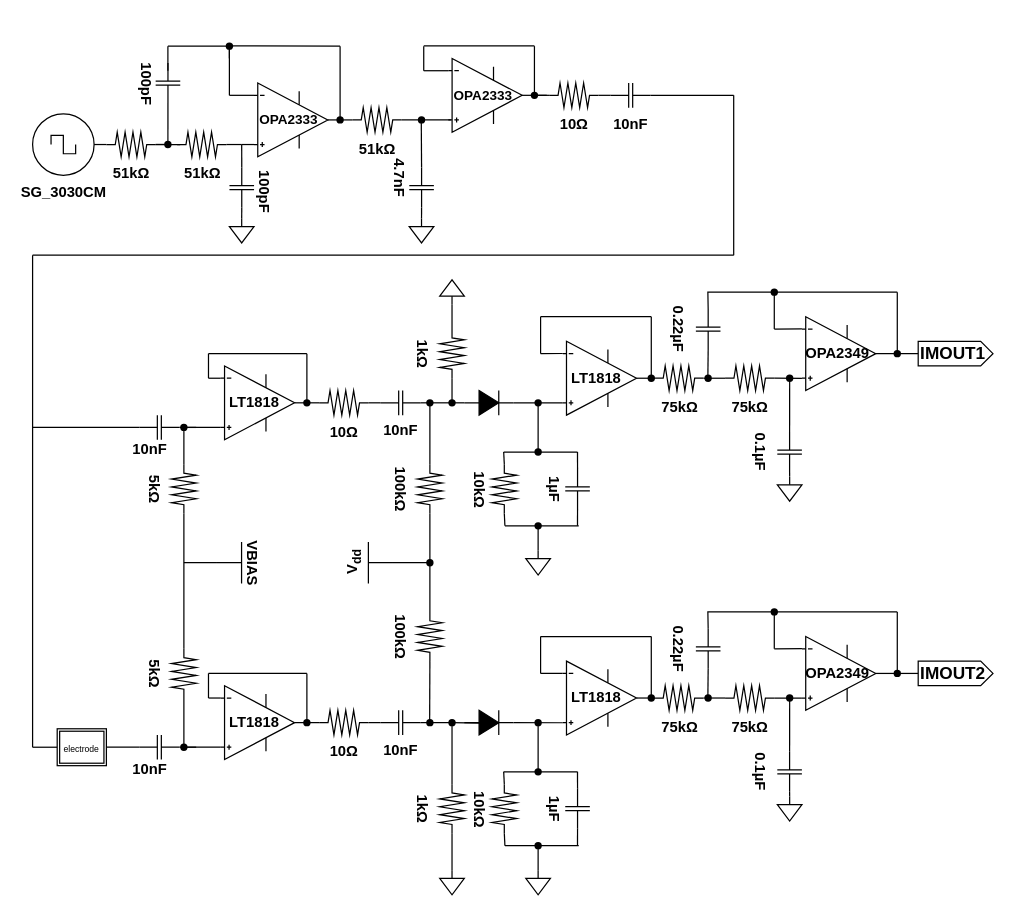
The draw.io diagram SensorCircuit.drawio in 10matcho27/drawio_figure, before the edit. Source tidied: cells renumbered, new cells numbered last; positions are measured from the earlier drawing's top-left corner, leaving out a move shared by most shapes. Both pictures are drawn from the tidied source at 123%, with x=0, y=0 at pixel (32, 21).
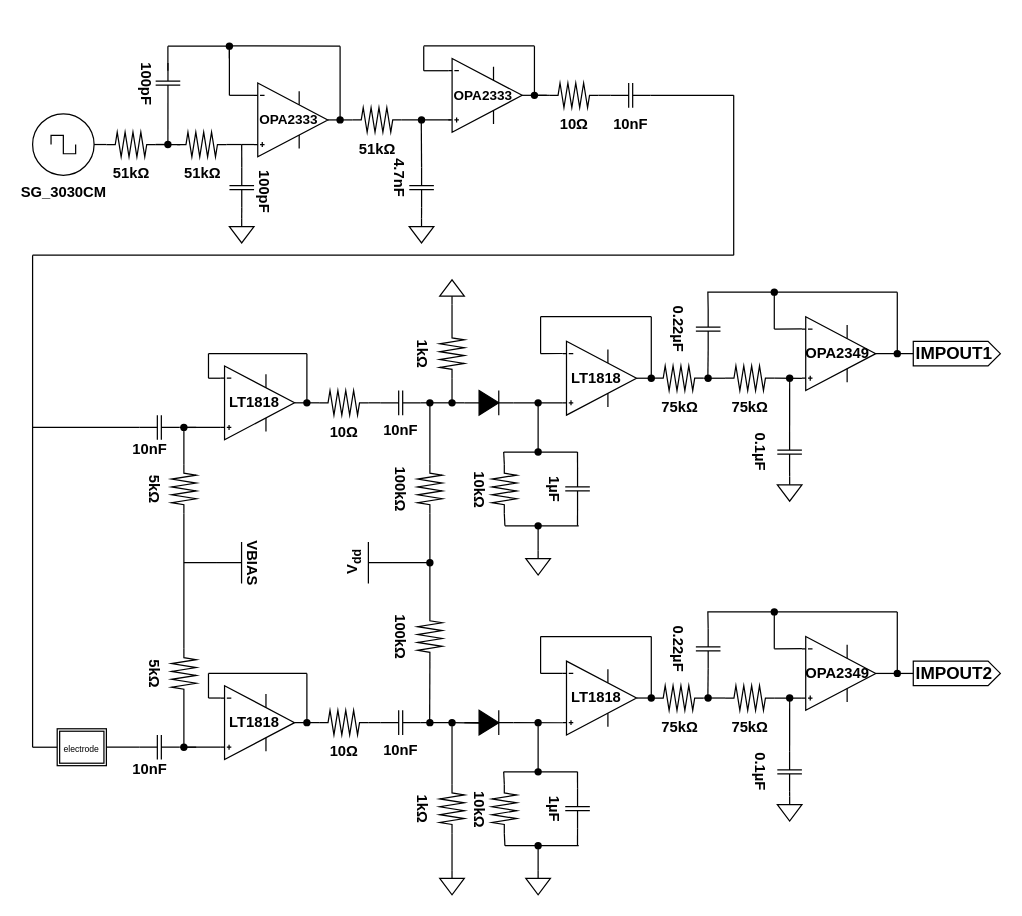
The same diagram, later.

What changed in the source:
```diff
@@
-    <mxCell id="221" value="&lt;font style=&quot;font-size: 14px&quot;&gt;&lt;b&gt;IMOUT1&lt;/b&gt;&lt;/font&gt;" style="shape=mxgraph.arrows2.arrow;verticalLabelPosition=middle;shadow=0;dashed=0;align=center;html=1;verticalAlign=middle;strokeWidth=1;dy=0;dx=10;notch=0;fontSize=7;labelPosition=center;spacingLeft=-5;" parent="1" vertex="1">
-      <mxGeometry x="720" y="260" width="60.8" height="20" as="geometry" />
+    <mxCell id="221" value="&lt;font style=&quot;font-size: 14px&quot;&gt;&lt;b&gt;IMPOUT1&lt;/b&gt;&lt;/font&gt;" style="shape=mxgraph.arrows2.arrow;verticalLabelPosition=middle;shadow=0;dashed=0;align=center;html=1;verticalAlign=middle;strokeWidth=1;dy=0;dx=10;notch=0;fontSize=7;labelPosition=center;spacingLeft=-5;" parent="1" vertex="1">
+      <mxGeometry x="716" y="260" width="70.8" height="20" as="geometry" />
     </mxCell>
-    <mxCell id="222" value="&lt;font style=&quot;font-size: 14px&quot;&gt;&lt;b&gt;IMOUT2&lt;/b&gt;&lt;/font&gt;" style="shape=mxgraph.arrows2.arrow;verticalLabelPosition=middle;shadow=0;dashed=0;align=center;html=1;verticalAlign=middle;strokeWidth=1;dy=0;dx=10;notch=0;fontSize=7;labelPosition=center;spacingLeft=-5;" parent="1" vertex="1">
-      <mxGeometry x="720" y="520" width="60.8" height="20" as="geometry" />
+    <mxCell id="222" value="&lt;font style=&quot;font-size: 14px&quot;&gt;&lt;b&gt;IMPOUT2&lt;/b&gt;&lt;/font&gt;" style="shape=mxgraph.arrows2.arrow;verticalLabelPosition=middle;shadow=0;dashed=0;align=center;html=1;verticalAlign=middle;strokeWidth=1;dy=0;dx=10;notch=0;fontSize=7;labelPosition=center;spacingLeft=-5;" parent="1" vertex="1">
+      <mxGeometry x="716" y="520" width="70.8" height="20" as="geometry" />
     </mxCell>
```
